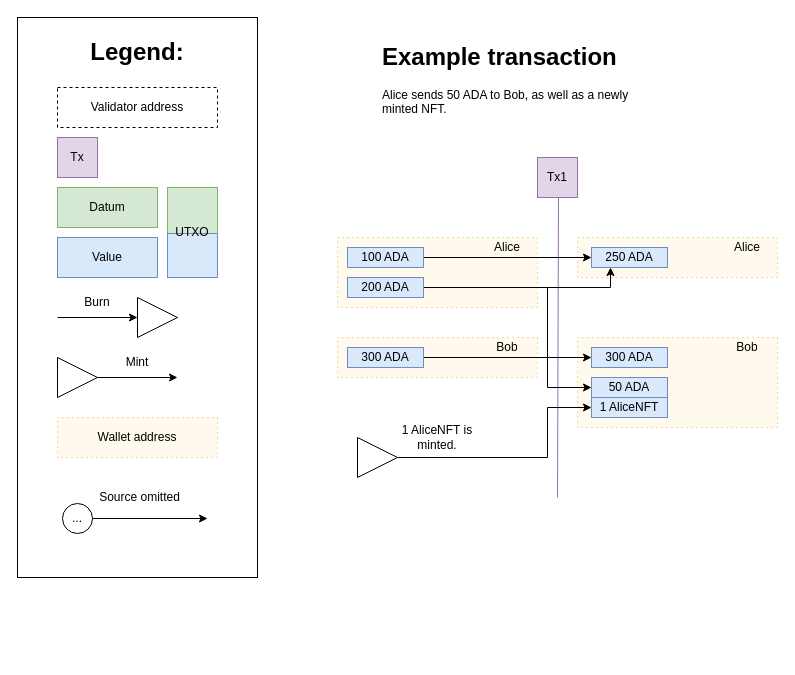
Above: utxo-diagrams/Template.drawio in Liqwid-Labs/diagrams (draw.io), before the change. Source tidied: cells renumbered, new cells numbered last; positions are measured from the earlier drawing's top-left corner, leaving out a move shared by most shapes. Both pictures are drawn from the tidied source at 100%, with x=0, y=0 at pixel (17, 17).
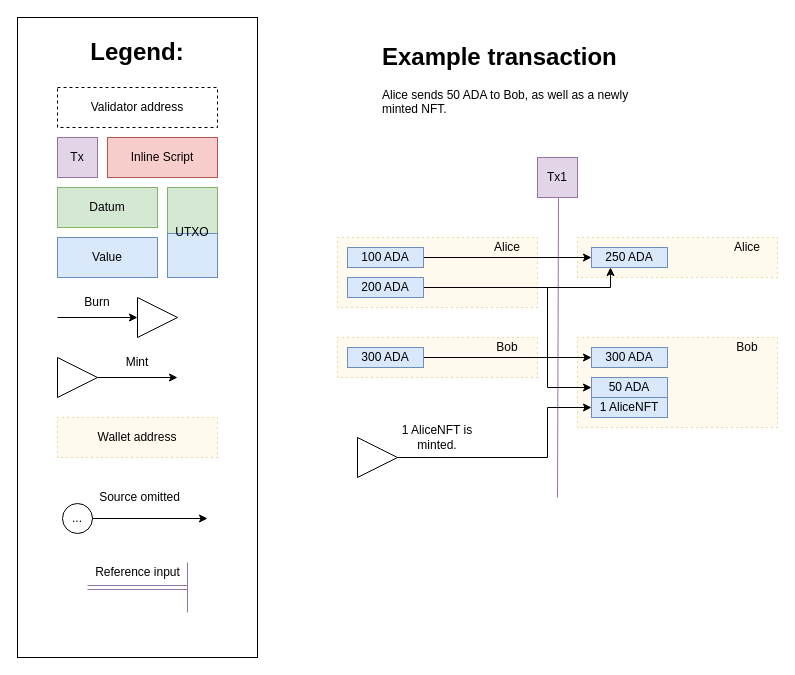
Above is the later version.

What changed in the source:
```diff
@@
     <mxCell id="5" style="rounded=0;whiteSpace=wrap;html=1;fontSize=12;" parent="1" vertex="1">
-      <mxGeometry width="240" height="560" as="geometry" />
+      <mxGeometry width="240" height="640" as="geometry" />
     </mxCell>
@@
+    <mxCell id="46" value="Inline Script" style="rounded=0;whiteSpace=wrap;html=1;fontSize=12;fillColor=#f8cecc;horizontal=1;strokeColor=#b85450;" parent="1" vertex="1">
+      <mxGeometry x="90" y="120" width="110" height="40" as="geometry" />
+    </mxCell>
+    <mxCell id="47" style="endArrow=none;html=1;rounded=0;fillColor=#e1d5e7;strokeColor=#9673a6;" parent="1" edge="1">
+      <mxGeometry relative="1" as="geometry">
+        <mxPoint x="170" y="595" as="sourcePoint" />
+        <mxPoint x="170" y="545" as="targetPoint" />
+      </mxGeometry>
+    </mxCell>
+    <mxCell id="48" style="shape=link;html=1;rounded=0;fillColor=#e1d5e7;strokeColor=#9673a6;" parent="1" edge="1">
+      <mxGeometry relative="1" as="geometry">
+        <mxPoint x="70" y="570" as="sourcePoint" />
+        <mxPoint x="170" y="570" as="targetPoint" />
+      </mxGeometry>
+    </mxCell>
+    <mxCell id="49" value="Reference input" style="text;html=1;strokeColor=none;fillColor=none;align=center;verticalAlign=middle;whiteSpace=wrap;rounded=0;fontSize=12;" parent="1" vertex="1">
+      <mxGeometry x="72.5" y="545" width="95" height="20" as="geometry" />
+    </mxCell>
```
